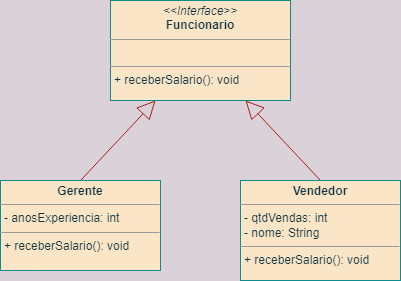
Earlier version of the draw.io export assets/exemplo.png (biossauro/c206). Source tidied: cells renumbered, new cells last; positions are measured from the earlier drawing's top-left corner, leaving out a move shared by most shapes. Source of this version:
```xml
<mxGraphModel background="#DAD2D8">
  <root>
    <mxCell id="0" />
    <mxCell id="1" parent="0" />
    <mxCell id="2" value="&lt;p style=&quot;margin:0px;margin-top:4px;text-align:center;&quot;&gt;&lt;i&gt;&amp;lt;&amp;lt;Interface&amp;gt;&amp;gt;&lt;/i&gt;&lt;br&gt;&lt;b&gt;Funcionario&lt;/b&gt;&lt;/p&gt;&lt;hr size=&quot;1&quot;&gt;&lt;p style=&quot;margin:0px;margin-left:4px;&quot;&gt;&lt;br&gt;&lt;/p&gt;&lt;hr size=&quot;1&quot;&gt;&lt;p style=&quot;margin:0px;margin-left:4px;&quot;&gt;+ receberSalario(): void&lt;br&gt;&lt;/p&gt;" style="verticalAlign=top;align=left;overflow=fill;fontSize=12;fontFamily=Helvetica;html=1;rounded=0;sketch=0;fontColor=#143642;strokeColor=#0F8B8D;fillColor=#FAE5C7;" parent="1" vertex="1">
      <mxGeometry x="110" width="180" height="100" as="geometry" />
    </mxCell>
    <mxCell id="3" style="edgeStyle=none;shape=connector;rounded=1;sketch=0;jettySize=auto;html=1;exitX=0.5;exitY=0;exitDx=0;exitDy=0;entryX=0.25;entryY=1;entryDx=0;entryDy=0;labelBackgroundColor=default;fontFamily=Helvetica;fontSize=11;fontColor=#143642;endArrow=block;endFill=0;endSize=16;strokeColor=#A8201A;fillColor=#FAE5C7;" parent="1" edge="1" source="4" target="2">
      <mxGeometry relative="1" as="geometry" />
    </mxCell>
    <mxCell id="4" value="&lt;p style=&quot;margin:0px;margin-top:4px;text-align:center;&quot;&gt;&lt;b&gt;Gerente&lt;/b&gt;&lt;/p&gt;&lt;hr size=&quot;1&quot;&gt;&lt;p style=&quot;margin:0px;margin-left:4px;&quot;&gt;- anosExperiencia: int&lt;/p&gt;&lt;hr size=&quot;1&quot;&gt;&lt;p style=&quot;margin:0px;margin-left:4px;&quot;&gt;+ receberSalario(): void&lt;/p&gt;" style="verticalAlign=top;align=left;overflow=fill;fontSize=12;fontFamily=Helvetica;html=1;rounded=0;sketch=0;fontColor=#143642;strokeColor=#0F8B8D;fillColor=#FAE5C7;" parent="1" vertex="1">
      <mxGeometry y="180" width="160" height="90" as="geometry" />
    </mxCell>
    <mxCell id="5" style="rounded=1;sketch=0;jettySize=auto;html=1;exitX=0.5;exitY=0;exitDx=0;exitDy=0;entryX=0.75;entryY=1;entryDx=0;entryDy=0;fontColor=#143642;strokeColor=#A8201A;fillColor=#FAE5C7;endArrow=block;endFill=0;endSize=16;" parent="1" edge="1" source="6" target="2">
      <mxGeometry relative="1" as="geometry" />
    </mxCell>
    <mxCell id="6" value="&lt;p style=&quot;margin:0px;margin-top:4px;text-align:center;&quot;&gt;&lt;b&gt;Vendedor&lt;/b&gt;&lt;/p&gt;&lt;hr size=&quot;1&quot;&gt;&lt;p style=&quot;margin:0px;margin-left:4px;&quot;&gt;- qtdVendas: int&lt;br&gt;&lt;/p&gt;&lt;p style=&quot;margin:0px;margin-left:4px;&quot;&gt;- nome: String&lt;/p&gt;&lt;hr size=&quot;1&quot;&gt;&lt;p style=&quot;margin:0px;margin-left:4px;&quot;&gt;+ receberSalario(): void&lt;/p&gt;" style="verticalAlign=top;align=left;overflow=fill;fontSize=12;fontFamily=Helvetica;html=1;rounded=0;sketch=0;fontColor=#143642;strokeColor=#0F8B8D;fillColor=#FAE5C7;" parent="1" vertex="1">
      <mxGeometry x="240" y="180" width="160" height="100" as="geometry" />
    </mxCell>
  </root>
</mxGraphModel>
```
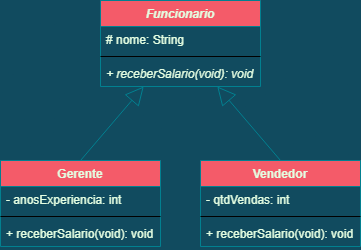
After the change.

Commit message:
Atualizada a imagem

Change to the diagram source:
```diff
@@ -1,21 +1,48 @@
-<mxGraphModel background="#DAD2D8">
+<mxGraphModel background="#114B5F">
   <root>
     <mxCell id="0" />
     <mxCell id="1" parent="0" />
-    <mxCell id="2" value="&lt;p style=&quot;margin:0px;margin-top:4px;text-align:center;&quot;&gt;&lt;i&gt;&amp;lt;&amp;lt;Interface&amp;gt;&amp;gt;&lt;/i&gt;&lt;br&gt;&lt;b&gt;Funcionario&lt;/b&gt;&lt;/p&gt;&lt;hr size=&quot;1&quot;&gt;&lt;p style=&quot;margin:0px;margin-left:4px;&quot;&gt;&lt;br&gt;&lt;/p&gt;&lt;hr size=&quot;1&quot;&gt;&lt;p style=&quot;margin:0px;margin-left:4px;&quot;&gt;+ receberSalario(): void&lt;br&gt;&lt;/p&gt;" style="verticalAlign=top;align=left;overflow=fill;fontSize=12;fontFamily=Helvetica;html=1;rounded=0;sketch=0;fontColor=#143642;strokeColor=#0F8B8D;fillColor=#FAE5C7;" parent="1" vertex="1">
-      <mxGeometry x="110" width="180" height="100" as="geometry" />
-    </mxCell>
-    <mxCell id="3" style="edgeStyle=none;shape=connector;rounded=1;sketch=0;jettySize=auto;html=1;exitX=0.5;exitY=0;exitDx=0;exitDy=0;entryX=0.25;entryY=1;entryDx=0;entryDy=0;labelBackgroundColor=default;fontFamily=Helvetica;fontSize=11;fontColor=#143642;endArrow=block;endFill=0;endSize=16;strokeColor=#A8201A;fillColor=#FAE5C7;" parent="1" edge="1" source="4" target="2">
-      <mxGeometry relative="1" as="geometry" />
-    </mxCell>
-    <mxCell id="4" value="&lt;p style=&quot;margin:0px;margin-top:4px;text-align:center;&quot;&gt;&lt;b&gt;Gerente&lt;/b&gt;&lt;/p&gt;&lt;hr size=&quot;1&quot;&gt;&lt;p style=&quot;margin:0px;margin-left:4px;&quot;&gt;- anosExperiencia: int&lt;/p&gt;&lt;hr size=&quot;1&quot;&gt;&lt;p style=&quot;margin:0px;margin-left:4px;&quot;&gt;+ receberSalario(): void&lt;/p&gt;" style="verticalAlign=top;align=left;overflow=fill;fontSize=12;fontFamily=Helvetica;html=1;rounded=0;sketch=0;fontColor=#143642;strokeColor=#0F8B8D;fillColor=#FAE5C7;" parent="1" vertex="1">
-      <mxGeometry y="180" width="160" height="90" as="geometry" />
-    </mxCell>
-    <mxCell id="5" style="rounded=1;sketch=0;jettySize=auto;html=1;exitX=0.5;exitY=0;exitDx=0;exitDy=0;entryX=0.75;entryY=1;entryDx=0;entryDy=0;fontColor=#143642;strokeColor=#A8201A;fillColor=#FAE5C7;endArrow=block;endFill=0;endSize=16;" parent="1" edge="1" source="6" target="2">
-      <mxGeometry relative="1" as="geometry" />
-    </mxCell>
-    <mxCell id="6" value="&lt;p style=&quot;margin:0px;margin-top:4px;text-align:center;&quot;&gt;&lt;b&gt;Vendedor&lt;/b&gt;&lt;/p&gt;&lt;hr size=&quot;1&quot;&gt;&lt;p style=&quot;margin:0px;margin-left:4px;&quot;&gt;- qtdVendas: int&lt;br&gt;&lt;/p&gt;&lt;p style=&quot;margin:0px;margin-left:4px;&quot;&gt;- nome: String&lt;/p&gt;&lt;hr size=&quot;1&quot;&gt;&lt;p style=&quot;margin:0px;margin-left:4px;&quot;&gt;+ receberSalario(): void&lt;/p&gt;" style="verticalAlign=top;align=left;overflow=fill;fontSize=12;fontFamily=Helvetica;html=1;rounded=0;sketch=0;fontColor=#143642;strokeColor=#0F8B8D;fillColor=#FAE5C7;" parent="1" vertex="1">
-      <mxGeometry x="240" y="180" width="160" height="100" as="geometry" />
-    </mxCell>
+    <mxCell id="7" value="Funcionario" style="swimlane;fontStyle=3;align=center;verticalAlign=top;horizontal=1;startSize=26;rounded=0;sketch=0;fontColor=#E4FDE1;strokeColor=#028090;fillColor=#F45B69;" parent="1" vertex="1">
+      <mxGeometry x="220" y="80" width="160" height="86" as="geometry" />
+    </mxCell>
+    <mxCell id="8" value="# nome: String" style="text;strokeColor=none;fillColor=none;align=left;verticalAlign=top;spacingLeft=4;spacingRight=4;overflow=hidden;rounded=0;sketch=0;fontColor=#E4FDE1;" parent="7" vertex="1">
+      <mxGeometry y="26" width="160" height="26" as="geometry" />
+    </mxCell>
+    <mxCell id="9" style="line;strokeWidth=1;fillColor=none;align=left;verticalAlign=middle;spacingTop=-1;spacingLeft=3;spacingRight=3;labelPosition=right;rounded=0;sketch=0;fontColor=#E4FDE1;" parent="7" vertex="1">
+      <mxGeometry y="52" width="160" height="8" as="geometry" />
+    </mxCell>
+    <mxCell id="10" value="+ receberSalario(void): void" style="text;strokeColor=none;fillColor=none;align=left;verticalAlign=top;spacingLeft=4;spacingRight=4;overflow=hidden;rounded=0;sketch=0;fontColor=#E4FDE1;fontStyle=2;" parent="7" vertex="1">
+      <mxGeometry y="60" width="160" height="26" as="geometry" />
+    </mxCell>
+    <mxCell id="11" style="rounded=1;sketch=0;jettySize=auto;html=1;exitX=0.5;exitY=0;exitDx=0;exitDy=0;fontColor=#E4FDE1;strokeColor=#028090;fillColor=#F45B69;endSize=16;endArrow=block;endFill=0;" parent="1" edge="1" source="12" target="7">
+      <mxGeometry relative="1" as="geometry" />
+    </mxCell>
+    <mxCell id="12" value="Gerente" style="swimlane;fontStyle=1;align=center;verticalAlign=top;horizontal=1;startSize=26;rounded=0;sketch=0;fontColor=#E4FDE1;strokeColor=#028090;fillColor=#F45B69;" parent="1" vertex="1">
+      <mxGeometry x="120" y="240" width="160" height="86" as="geometry" />
+    </mxCell>
+    <mxCell id="13" value="- anosExperiencia: int" style="text;strokeColor=none;fillColor=none;align=left;verticalAlign=top;spacingLeft=4;spacingRight=4;overflow=hidden;rounded=0;sketch=0;fontColor=#E4FDE1;" parent="12" vertex="1">
+      <mxGeometry y="26" width="160" height="26" as="geometry" />
+    </mxCell>
+    <mxCell id="14" style="line;strokeWidth=1;fillColor=none;align=left;verticalAlign=middle;spacingTop=-1;spacingLeft=3;spacingRight=3;labelPosition=right;rounded=0;sketch=0;fontColor=#E4FDE1;" parent="12" vertex="1">
+      <mxGeometry y="52" width="160" height="8" as="geometry" />
+    </mxCell>
+    <mxCell id="15" value="+ receberSalario(void): void" style="text;strokeColor=none;fillColor=none;align=left;verticalAlign=top;spacingLeft=4;spacingRight=4;overflow=hidden;rounded=0;sketch=0;fontColor=#E4FDE1;fontStyle=0;" parent="12" vertex="1">
+      <mxGeometry y="60" width="160" height="26" as="geometry" />
+    </mxCell>
+    <mxCell id="16" style="rounded=1;sketch=0;jettySize=auto;html=1;exitX=0.5;exitY=0;exitDx=0;exitDy=0;fontColor=#E4FDE1;strokeColor=#028090;fillColor=#F45B69;endSize=16;endArrow=block;endFill=0;" parent="1" edge="1" source="17" target="7">
+      <mxGeometry relative="1" as="geometry" />
+    </mxCell>
+    <mxCell id="17" value="Vendedor" style="swimlane;fontStyle=1;align=center;verticalAlign=top;horizontal=1;startSize=26;rounded=0;sketch=0;fontColor=#E4FDE1;strokeColor=#028090;fillColor=#F45B69;" parent="1" vertex="1">
+      <mxGeometry x="320" y="240" width="160" height="86" as="geometry" />
+    </mxCell>
+    <mxCell id="18" value="- qtdVendas: int" style="text;strokeColor=none;fillColor=none;align=left;verticalAlign=top;spacingLeft=4;spacingRight=4;overflow=hidden;rounded=0;sketch=0;fontColor=#E4FDE1;" parent="17" vertex="1">
+      <mxGeometry y="26" width="160" height="26" as="geometry" />
+    </mxCell>
+    <mxCell id="19" style="line;strokeWidth=1;fillColor=none;align=left;verticalAlign=middle;spacingTop=-1;spacingLeft=3;spacingRight=3;labelPosition=right;rounded=0;sketch=0;fontColor=#E4FDE1;" parent="17" vertex="1">
+      <mxGeometry y="52" width="160" height="8" as="geometry" />
+    </mxCell>
+    <mxCell id="20" value="+ receberSalario(void): void" style="text;strokeColor=none;fillColor=none;align=left;verticalAlign=top;spacingLeft=4;spacingRight=4;overflow=hidden;rounded=0;sketch=0;fontColor=#E4FDE1;fontStyle=0;" parent="17" vertex="1">
+      <mxGeometry y="60" width="160" height="26" as="geometry" />
+    </mxCell>
   </root>
 </mxGraphModel>
```
